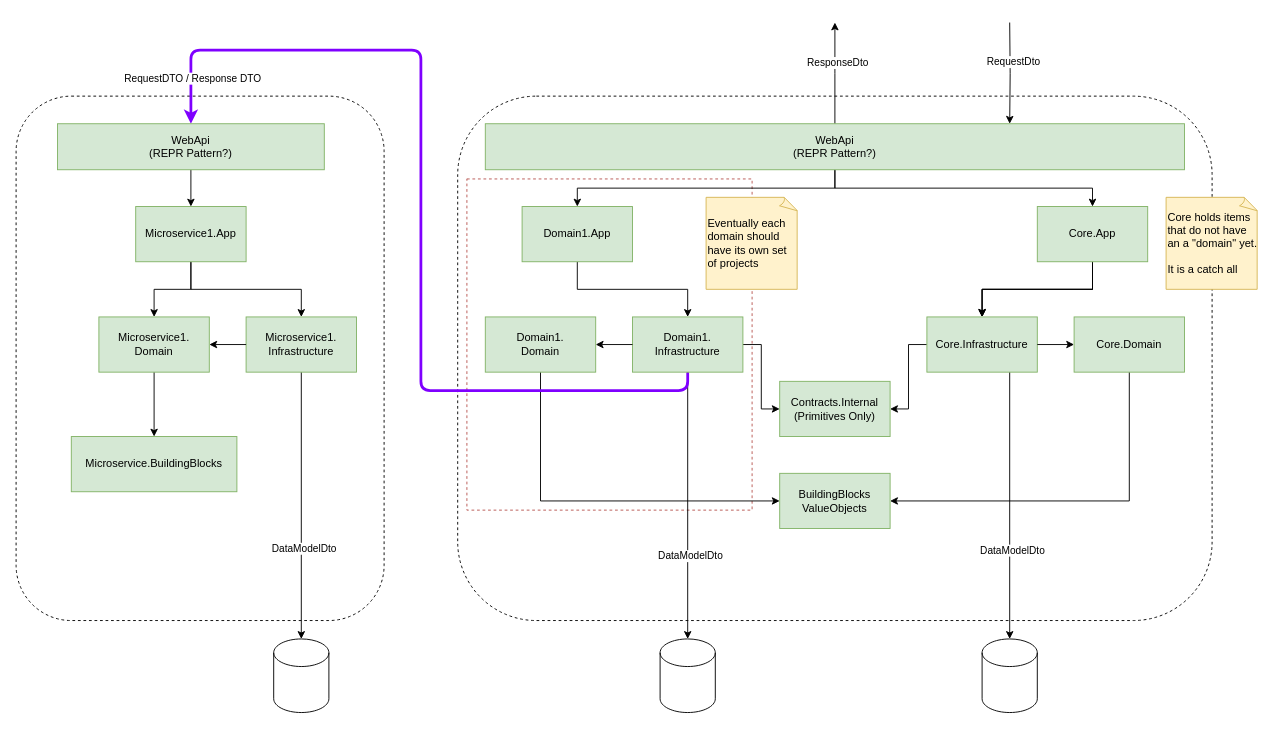
Earlier version of the draw.io diagram page "Page-1" (1 of 2) of drawio/pebble.drawio (DelaCodes/diagrams). Source tidied: cells renumbered, new cells numbered last; positions are measured from the earlier drawing's top-left corner, leaving out a move shared by most shapes. Both pictures are drawn from the tidied source at 92%, with x=0, y=0 at pixel (16, 22).
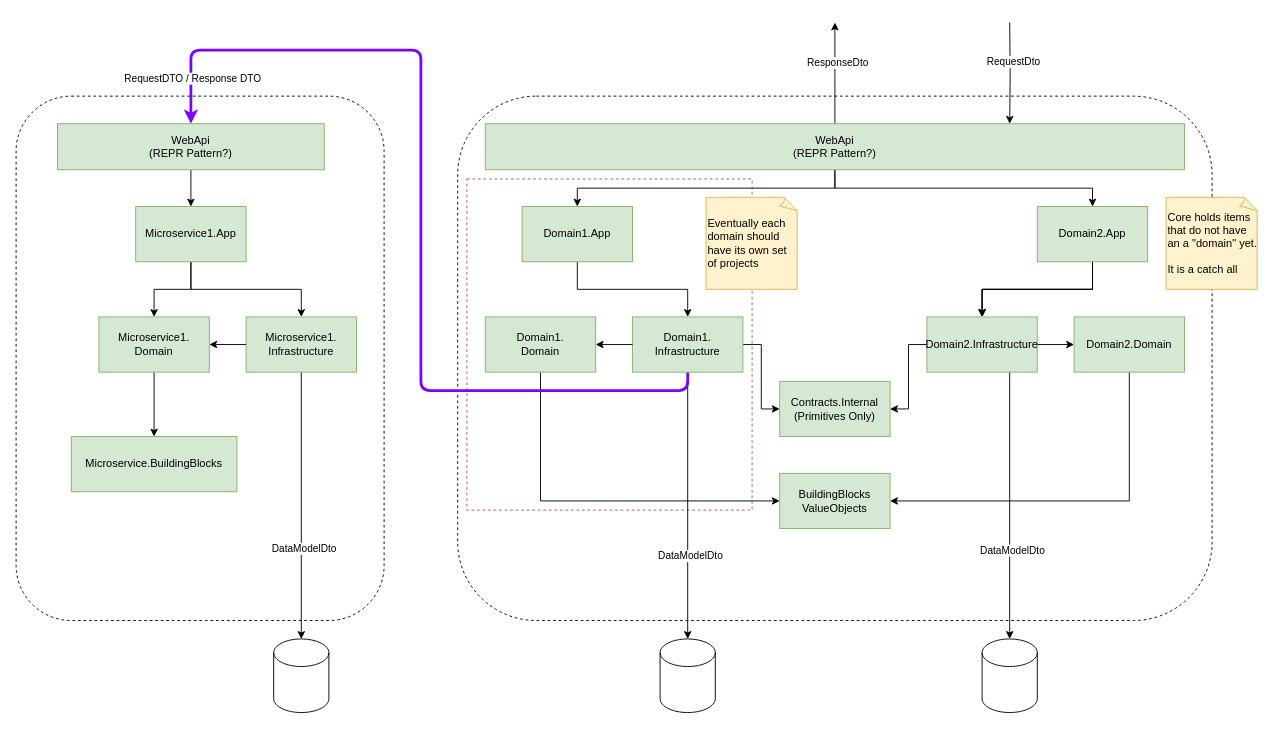
The same page after the edit.

The edit, as a diff of the source:
```diff
@@
-    <mxCell id="15" value="Core.App" style="whiteSpace=wrap;html=1;fillColor=#d5e8d4;strokeColor=#82b366;rounded=0;" parent="1" vertex="1">
+    <mxCell id="15" value="Domain2.App" style="whiteSpace=wrap;html=1;fillColor=#d5e8d4;strokeColor=#82b366;rounded=0;" parent="1" vertex="1">
       <mxGeometry x="1110" y="200" width="120" height="60" as="geometry" />
     </mxCell>
@@
-    <mxCell id="30" value="Core.Infrastructure" style="whiteSpace=wrap;html=1;fillColor=#d5e8d4;strokeColor=#82b366;rounded=0;" parent="1" vertex="1">
+    <mxCell id="30" value="Domain2.Infrastructure" style="whiteSpace=wrap;html=1;fillColor=#d5e8d4;strokeColor=#82b366;rounded=0;" parent="1" vertex="1">
       <mxGeometry x="990" y="320" width="120" height="60" as="geometry" />
     </mxCell>
@@
-    <mxCell id="32" value="Core.Domain" style="whiteSpace=wrap;html=1;fillColor=#d5e8d4;strokeColor=#82b366;rounded=0;" parent="1" vertex="1">
+    <mxCell id="32" value="Domain2.Domain" style="whiteSpace=wrap;html=1;fillColor=#d5e8d4;strokeColor=#82b366;rounded=0;" parent="1" vertex="1">
       <mxGeometry x="1150" y="320" width="120" height="60" as="geometry" />
     </mxCell>
```
